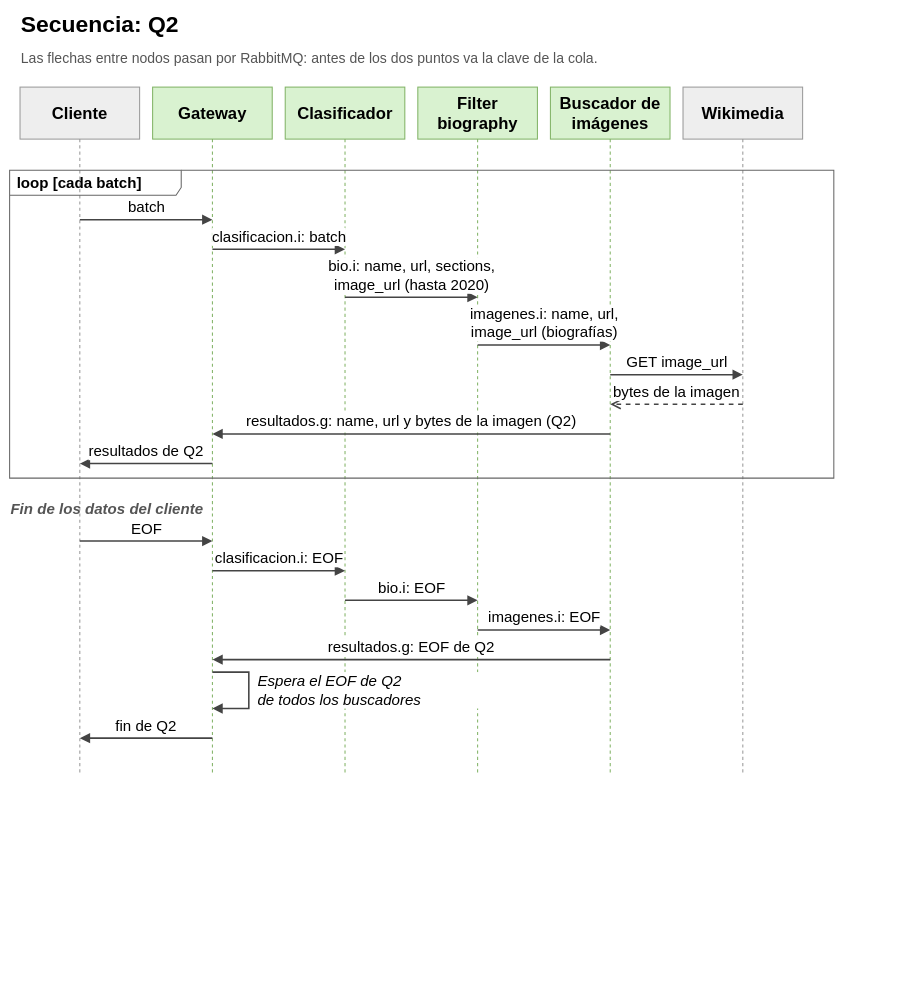
Above: page "Secuencia - Q2" (2 of 5) of docs/secuencia.drawio in Cristobal710/tp-final-distribuidos (draw.io), before the change. Source tidied: cells renumbered, new cells numbered last; positions are measured from the earlier drawing's top-left corner, leaving out a move shared by most shapes. Both pictures are drawn from the tidied source at 52%, with x=0, y=0 at pixel (9, 9).
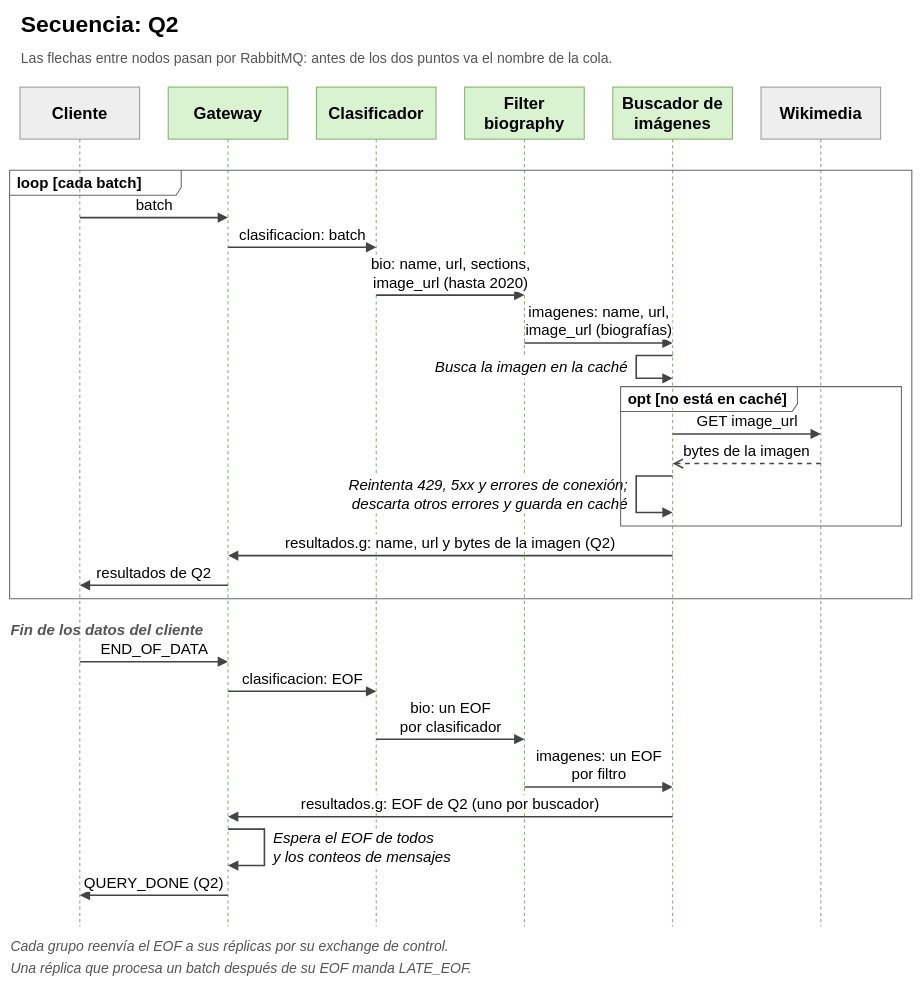
The same diagram, later.

What changed in the source:
```diff
@@
-    <mxCell id="2" value="Cliente" style="shape=umlLifeline;perimeter=lifelinePerimeter;whiteSpace=wrap;html=1;size=100;strokeWidth=2;fontFamily=Calibri;fontSize=32;fontStyle=1;fillColor=#eeeeee;strokeColor=#999999;" parent="1" vertex="1">
-      <mxGeometry x="20" y="150" width="230" height="1318" as="geometry" />
-    </mxCell>
-    <mxCell id="3" value="Gateway" style="shape=umlLifeline;perimeter=lifelinePerimeter;whiteSpace=wrap;html=1;size=100;strokeWidth=2;fontFamily=Calibri;fontSize=32;fontStyle=1;fillColor=#d9f2d0;strokeColor=#82b366;" parent="1" vertex="1">
-      <mxGeometry x="275" y="150" width="230" height="1318" as="geometry" />
-    </mxCell>
-    <mxCell id="4" value="Clasificador" style="shape=umlLifeline;perimeter=lifelinePerimeter;whiteSpace=wrap;html=1;size=100;strokeWidth=2;fontFamily=Calibri;fontSize=32;fontStyle=1;fillColor=#d9f2d0;strokeColor=#82b366;" parent="1" vertex="1">
-      <mxGeometry x="530" y="150" width="230" height="1318" as="geometry" />
-    </mxCell>
-    <mxCell id="5" value="Filter&lt;br&gt;biography" style="shape=umlLifeline;perimeter=lifelinePerimeter;whiteSpace=wrap;html=1;size=100;strokeWidth=2;fontFamily=Calibri;fontSize=32;fontStyle=1;fillColor=#d9f2d0;strokeColor=#82b366;" parent="1" vertex="1">
-      <mxGeometry x="785" y="150" width="230" height="1318" as="geometry" />
+    <mxCell id="5" value="Cliente" style="shape=umlLifeline;perimeter=lifelinePerimeter;whiteSpace=wrap;html=1;size=100;strokeWidth=2;fontFamily=Calibri;fontSize=32;fontStyle=1;fillColor=#eeeeee;strokeColor=#999999;" parent="1" vertex="1">
+      <mxGeometry x="20" y="150" width="230" height="1614" as="geometry" />
     </mxCell>
-    <mxCell id="6" value="Buscador de&lt;br&gt;imágenes" style="shape=umlLifeline;perimeter=lifelinePerimeter;whiteSpace=wrap;html=1;size=100;strokeWidth=2;fontFamily=Calibri;fontSize=32;fontStyle=1;fillColor=#d9f2d0;strokeColor=#82b366;" parent="1" vertex="1">
-      <mxGeometry x="1040" y="150" width="230" height="1318" as="geometry" />
+    <mxCell id="6" value="Gateway" style="shape=umlLifeline;perimeter=lifelinePerimeter;whiteSpace=wrap;html=1;size=100;strokeWidth=2;fontFamily=Calibri;fontSize=32;fontStyle=1;fillColor=#d9f2d0;strokeColor=#82b366;" parent="1" vertex="1">
+      <mxGeometry x="305" y="150" width="230" height="1614" as="geometry" />
     </mxCell>
-    <mxCell id="7" value="Wikimedia" style="shape=umlLifeline;perimeter=lifelinePerimeter;whiteSpace=wrap;html=1;size=100;strokeWidth=2;fontFamily=Calibri;fontSize=32;fontStyle=1;fillColor=#eeeeee;strokeColor=#999999;" parent="1" vertex="1">
-      <mxGeometry x="1295" y="150" width="230" height="1318" as="geometry" />
+    <mxCell id="7" value="Clasificador" style="shape=umlLifeline;perimeter=lifelinePerimeter;whiteSpace=wrap;html=1;size=100;strokeWidth=2;fontFamily=Calibri;fontSize=32;fontStyle=1;fillColor=#d9f2d0;strokeColor=#82b366;" parent="1" vertex="1">
+      <mxGeometry x="590" y="150" width="230" height="1614" as="geometry" />
     </mxCell>
+    <mxCell id="28" value="Filter&lt;br&gt;biography" style="shape=umlLifeline;perimeter=lifelinePerimeter;whiteSpace=wrap;html=1;size=100;strokeWidth=2;fontFamily=Calibri;fontSize=32;fontStyle=1;fillColor=#d9f2d0;strokeColor=#82b366;" parent="1" vertex="1">
+      <mxGeometry x="875" y="150" width="230" height="1614" as="geometry" />
+    </mxCell>
+    <mxCell id="29" value="Buscador de&lt;br&gt;imágenes" style="shape=umlLifeline;perimeter=lifelinePerimeter;whiteSpace=wrap;html=1;size=100;strokeWidth=2;fontFamily=Calibri;fontSize=32;fontStyle=1;fillColor=#d9f2d0;strokeColor=#82b366;" parent="1" vertex="1">
+      <mxGeometry x="1160" y="150" width="230" height="1614" as="geometry" />
+    </mxCell>
+    <mxCell id="30" value="Wikimedia" style="shape=umlLifeline;perimeter=lifelinePerimeter;whiteSpace=wrap;html=1;size=100;strokeWidth=2;fontFamily=Calibri;fontSize=32;fontStyle=1;fillColor=#eeeeee;strokeColor=#999999;" parent="1" vertex="1">
+      <mxGeometry x="1445" y="150" width="230" height="1614" as="geometry" />
+    </mxCell>
+    <mxCell id="31" value="&lt;b&gt;Secuencia: Q2&lt;/b&gt;" style="text;html=1;align=left;verticalAlign=middle;fontFamily=Calibri;fontSize=44;" parent="1" vertex="1">
+      <mxGeometry x="20" width="1695" height="60" as="geometry" />
+    </mxCell>
+    <mxCell id="32" value="Las flechas entre nodos pasan por RabbitMQ: antes de los dos puntos va el nombre de la cola." style="text;html=1;align=left;verticalAlign=middle;whiteSpace=wrap;fontFamily=Calibri;fontSize=27;fontColor=#555555;" parent="1" vertex="1">
+      <mxGeometry x="20" y="65" width="1695" height="60" as="geometry" />
+    </mxCell>
+    <mxCell id="33" value="Cada grupo reenvía el EOF a sus réplicas por su exchange de control." style="text;html=1;align=left;verticalAlign=middle;fontFamily=Calibri;fontSize=27;fontStyle=2;fontColor=#555555;" parent="1" vertex="1">
+      <mxGeometry y="1780" width="1695" height="44" as="geometry" />
+    </mxCell>
+    <mxCell id="34" value="Una réplica que procesa un batch después de su EOF manda LATE_EOF." style="text;html=1;align=left;verticalAlign=middle;fontFamily=Calibri;fontSize=27;fontStyle=2;fontColor=#555555;" parent="1" vertex="1">
+      <mxGeometry y="1824" width="1695" height="44" as="geometry" />
+    </mxCell>
-    <mxCell id="8" value="&lt;b&gt;Secuencia: Q2&lt;/b&gt;" style="text;html=1;align=left;verticalAlign=middle;fontFamily=Calibri;fontSize=44;" parent="1" vertex="1">
-      <mxGeometry x="20" width="1585" height="60" as="geometry" />
+    <mxCell id="8" value="batch" style="html=1;verticalAlign=bottom;labelBackgroundColor=#ffffff;strokeWidth=3;strokeColor=#444444;fontFamily=Calibri;fontSize=29;spacingBottom=4;endArrow=block;endFill=1;endSize=12;" parent="1" edge="1">
+      <mxGeometry relative="1" as="geometry">
+        <mxPoint x="135" y="401" as="sourcePoint" />
+        <mxPoint x="420" y="401" as="targetPoint" />
+      </mxGeometry>
     </mxCell>
-    <mxCell id="9" value="Las flechas entre nodos pasan por RabbitMQ: antes de los dos puntos va la clave de la cola." style="text;html=1;align=left;verticalAlign=middle;whiteSpace=wrap;fontFamily=Calibri;fontSize=27;fontColor=#555555;" parent="1" vertex="1">
-      <mxGeometry x="20" y="65" width="1585" height="60" as="geometry" />
+    <mxCell id="9" value="clasificacion: batch" style="html=1;verticalAlign=bottom;labelBackgroundColor=#ffffff;strokeWidth=3;strokeColor=#444444;fontFamily=Calibri;fontSize=29;spacingBottom=4;endArrow=block;endFill=1;endSize=12;" parent="1" edge="1">
+      <mxGeometry relative="1" as="geometry">
+        <mxPoint x="420" y="458" as="sourcePoint" />
+        <mxPoint x="705" y="458" as="targetPoint" />
+      </mxGeometry>
     </mxCell>
-    <mxCell id="10" value="batch" style="html=1;verticalAlign=bottom;labelBackgroundColor=#ffffff;strokeWidth=3;strokeColor=#444444;fontFamily=Calibri;fontSize=29;spacingBottom=4;endArrow=block;endFill=1;endSize=12;" parent="1" edge="1">
+    <mxCell id="10" value="bio: name, url, sections,&lt;br&gt;image_url (hasta 2020)" style="html=1;verticalAlign=bottom;labelBackgroundColor=#ffffff;strokeWidth=3;strokeColor=#444444;fontFamily=Calibri;fontSize=29;spacingBottom=4;endArrow=block;endFill=1;endSize=12;" parent="1" edge="1">
       <mxGeometry relative="1" as="geometry">
-        <mxPoint x="135" y="405" as="sourcePoint" />
-        <mxPoint x="390" y="405" as="targetPoint" />
+        <mxPoint x="705" y="550" as="sourcePoint" />
+        <mxPoint x="990" y="550" as="targetPoint" />
       </mxGeometry>
     </mxCell>
-    <mxCell id="11" value="clasificacion.i: batch" style="html=1;verticalAlign=bottom;labelBackgroundColor=#ffffff;strokeWidth=3;strokeColor=#444444;fontFamily=Calibri;fontSize=29;spacingBottom=4;endArrow=block;endFill=1;endSize=12;" parent="1" edge="1">
+    <mxCell id="11" value="imagenes: name, url,&lt;br&gt;image_url (biografías)" style="html=1;verticalAlign=bottom;labelBackgroundColor=#ffffff;strokeWidth=3;strokeColor=#444444;fontFamily=Calibri;fontSize=29;spacingBottom=4;endArrow=block;endFill=1;endSize=12;" parent="1" edge="1">
       <mxGeometry relative="1" as="geometry">
-        <mxPoint x="390" y="462" as="sourcePoint" />
-        <mxPoint x="645" y="462" as="targetPoint" />
+        <mxPoint x="990" y="642" as="sourcePoint" />
+        <mxPoint x="1275" y="642" as="targetPoint" />
       </mxGeometry>
     </mxCell>
-    <mxCell id="12" value="bio.i: name, url, sections,&lt;br&gt;image_url (hasta 2020)" style="html=1;verticalAlign=bottom;labelBackgroundColor=#ffffff;strokeWidth=3;strokeColor=#444444;fontFamily=Calibri;fontSize=29;spacingBottom=4;endArrow=block;endFill=1;endSize=12;" parent="1" edge="1">
+    <mxCell id="12" style="html=1;rounded=0;strokeWidth=3;strokeColor=#444444;endArrow=block;endFill=1;endSize=12;" parent="1" edge="1">
       <mxGeometry relative="1" as="geometry">
-        <mxPoint x="645" y="554" as="sourcePoint" />
-        <mxPoint x="900" y="554" as="targetPoint" />
+        <mxPoint x="1275" y="666" as="sourcePoint" />
+        <mxPoint x="1275" y="710" as="targetPoint" />
+        <Array as="points">
+          <mxPoint x="1205" y="666" />
+          <mxPoint x="1205" y="710" />
+        </Array>
       </mxGeometry>
     </mxCell>
-    <mxCell id="13" value="imagenes.i: name, url,&lt;br&gt;image_url (biografías)" style="html=1;verticalAlign=bottom;labelBackgroundColor=#ffffff;strokeWidth=3;strokeColor=#444444;fontFamily=Calibri;fontSize=29;spacingBottom=4;endArrow=block;endFill=1;endSize=12;" parent="1" edge="1">
-      <mxGeometry relative="1" as="geometry">
-        <mxPoint x="900" y="646" as="sourcePoint" />
-        <mxPoint x="1155" y="646" as="targetPoint" />
-      </mxGeometry>
+    <mxCell id="13" value="Busca la imagen en la caché" style="text;html=1;align=right;verticalAlign=middle;fontFamily=Calibri;fontSize=29;fontStyle=2;fillColor=#ffffff;" parent="1" vertex="1">
+      <mxGeometry x="750" y="666" width="440" height="44" as="geometry" />
     </mxCell>
     <mxCell id="14" value="GET image_url" style="html=1;verticalAlign=bottom;labelBackgroundColor=#ffffff;strokeWidth=3;strokeColor=#444444;fontFamily=Calibri;fontSize=29;spacingBottom=4;endArrow=block;endFill=1;endSize=12;" parent="1" edge="1">
       <mxGeometry relative="1" as="geometry">
-        <mxPoint x="1155" y="703" as="sourcePoint" />
-        <mxPoint x="1410" y="703" as="targetPoint" />
+        <mxPoint x="1275" y="817" as="sourcePoint" />
+        <mxPoint x="1560" y="817" as="targetPoint" />
       </mxGeometry>
     </mxCell>
     <mxCell id="15" value="bytes de la imagen" style="html=1;verticalAlign=bottom;labelBackgroundColor=#ffffff;strokeWidth=3;strokeColor=#444444;fontFamily=Calibri;fontSize=29;spacingBottom=4;dashed=1;endArrow=open;endFill=0;endSize=14;" parent="1" edge="1">
       <mxGeometry relative="1" as="geometry">
-        <mxPoint x="1410" y="760" as="sourcePoint" />
-        <mxPoint x="1155" y="760" as="targetPoint" />
+        <mxPoint x="1560" y="874" as="sourcePoint" />
+        <mxPoint x="1275" y="874" as="targetPoint" />
       </mxGeometry>
     </mxCell>
-    <mxCell id="16" value="resultados.g: name, url y bytes de la imagen (Q2)" style="html=1;verticalAlign=bottom;labelBackgroundColor=#ffffff;strokeWidth=3;strokeColor=#444444;fontFamily=Calibri;fontSize=29;spacingBottom=4;endArrow=block;endFill=1;endSize=12;" parent="1" edge="1">
+    <mxCell id="16" style="html=1;rounded=0;strokeWidth=3;strokeColor=#444444;endArrow=block;endFill=1;endSize=12;" parent="1" edge="1">
       <mxGeometry relative="1" as="geometry">
-        <mxPoint x="1155" y="817" as="sourcePoint" />
-        <mxPoint x="390" y="817" as="targetPoint" />
+        <mxPoint x="1275" y="898" as="sourcePoint" />
+        <mxPoint x="1275" y="968" as="targetPoint" />
+        <Array as="points">
+          <mxPoint x="1205" y="898" />
+          <mxPoint x="1205" y="968" />
+        </Array>
       </mxGeometry>
     </mxCell>
-    <mxCell id="17" value="resultados de Q2" style="html=1;verticalAlign=bottom;labelBackgroundColor=#ffffff;strokeWidth=3;strokeColor=#444444;fontFamily=Calibri;fontSize=29;spacingBottom=4;endArrow=block;endFill=1;endSize=12;" parent="1" edge="1">
-      <mxGeometry relative="1" as="geometry">
-        <mxPoint x="390" y="874" as="sourcePoint" />
-        <mxPoint x="135" y="874" as="targetPoint" />
-      </mxGeometry>
+    <mxCell id="17" value="Reintenta 429, 5xx y errores de conexión;&lt;br&gt;descarta otros errores y guarda en caché" style="text;html=1;align=right;verticalAlign=middle;fontFamily=Calibri;fontSize=29;fontStyle=2;fillColor=#ffffff;" parent="1" vertex="1">
+      <mxGeometry x="590" y="898" width="600" height="70" as="geometry" />
     </mxCell>
-    <mxCell id="18" value="loop [cada batch]" style="shape=umlFrame;whiteSpace=wrap;html=1;width=330;height=48;boundedLbl=1;verticalAlign=middle;align=left;spacingLeft=12;strokeWidth=2;strokeColor=#666666;fillColor=none;fontFamily=Calibri;fontSize=29;fontStyle=1;" parent="1" vertex="1">
-      <mxGeometry y="310" width="1585" height="592" as="geometry" />
+    <mxCell id="18" value="opt [no está en caché]" style="shape=umlFrame;whiteSpace=wrap;html=1;width=340;height=48;boundedLbl=1;verticalAlign=middle;align=left;spacingLeft=12;strokeWidth=2;strokeColor=#666666;fillColor=none;fontFamily=Calibri;fontSize=29;fontStyle=1;" parent="1" vertex="1">
+      <mxGeometry x="1175" y="726" width="540" height="268" as="geometry" />
     </mxCell>
-    <mxCell id="19" value="Fin de los datos del cliente" style="text;html=1;align=left;verticalAlign=middle;fontFamily=Calibri;fontSize=29;fontStyle=3;fontColor=#555555;" parent="1" vertex="1">
-      <mxGeometry y="940" width="1605" height="44" as="geometry" />
+    <mxCell id="19" value="resultados.g: name, url y bytes de la imagen (Q2)" style="html=1;verticalAlign=bottom;labelBackgroundColor=#ffffff;strokeWidth=3;strokeColor=#444444;fontFamily=Calibri;fontSize=29;spacingBottom=4;endArrow=block;endFill=1;endSize=12;" parent="1" edge="1">
+      <mxGeometry relative="1" as="geometry">
+        <mxPoint x="1275" y="1051" as="sourcePoint" />
+        <mxPoint x="420" y="1051" as="targetPoint" />
+      </mxGeometry>
     </mxCell>
-    <mxCell id="20" value="EOF" style="html=1;verticalAlign=bottom;labelBackgroundColor=#ffffff;strokeWidth=3;strokeColor=#444444;fontFamily=Calibri;fontSize=29;spacingBottom=4;endArrow=block;endFill=1;endSize=12;" parent="1" edge="1">
+    <mxCell id="20" value="resultados de Q2" style="html=1;verticalAlign=bottom;labelBackgroundColor=#ffffff;strokeWidth=3;strokeColor=#444444;fontFamily=Calibri;fontSize=29;spacingBottom=4;endArrow=block;endFill=1;endSize=12;" parent="1" edge="1">
       <mxGeometry relative="1" as="geometry">
-        <mxPoint x="135" y="1023" as="sourcePoint" />
-        <mxPoint x="390" y="1023" as="targetPoint" />
+        <mxPoint x="420" y="1108" as="sourcePoint" />
+        <mxPoint x="135" y="1108" as="targetPoint" />
       </mxGeometry>
     </mxCell>
-    <mxCell id="21" value="clasificacion.i: EOF" style="html=1;verticalAlign=bottom;labelBackgroundColor=#ffffff;strokeWidth=3;strokeColor=#444444;fontFamily=Calibri;fontSize=29;spacingBottom=4;endArrow=block;endFill=1;endSize=12;" parent="1" edge="1">
-      <mxGeometry relative="1" as="geometry">
-        <mxPoint x="390" y="1080" as="sourcePoint" />
-        <mxPoint x="645" y="1080" as="targetPoint" />
-      </mxGeometry>
+    <mxCell id="21" value="loop [cada batch]" style="shape=umlFrame;whiteSpace=wrap;html=1;width=330;height=48;boundedLbl=1;verticalAlign=middle;align=left;spacingLeft=12;strokeWidth=2;strokeColor=#666666;fillColor=none;fontFamily=Calibri;fontSize=29;fontStyle=1;" parent="1" vertex="1">
+      <mxGeometry y="310" width="1735" height="824" as="geometry" />
     </mxCell>
-    <mxCell id="22" value="bio.i: EOF" style="html=1;verticalAlign=bottom;labelBackgroundColor=#ffffff;strokeWidth=3;strokeColor=#444444;fontFamily=Calibri;fontSize=29;spacingBottom=4;endArrow=block;endFill=1;endSize=12;" parent="1" edge="1">
-      <mxGeometry relative="1" as="geometry">
-        <mxPoint x="645" y="1137" as="sourcePoint" />
-        <mxPoint x="900" y="1137" as="targetPoint" />
-      </mxGeometry>
+    <mxCell id="22" value="Fin de los datos del cliente" style="text;html=1;align=left;verticalAlign=middle;fontFamily=Calibri;fontSize=29;fontStyle=3;fontColor=#555555;" parent="1" vertex="1">
+      <mxGeometry y="1172" width="1695" height="44" as="geometry" />
     </mxCell>
-    <mxCell id="23" value="imagenes.i: EOF" style="html=1;verticalAlign=bottom;labelBackgroundColor=#ffffff;strokeWidth=3;strokeColor=#444444;fontFamily=Calibri;fontSize=29;spacingBottom=4;endArrow=block;endFill=1;endSize=12;" parent="1" edge="1">
+    <mxCell id="23" value="END_OF_DATA" style="html=1;verticalAlign=bottom;labelBackgroundColor=#ffffff;strokeWidth=3;strokeColor=#444444;fontFamily=Calibri;fontSize=29;spacingBottom=4;endArrow=block;endFill=1;endSize=12;" parent="1" edge="1">
       <mxGeometry relative="1" as="geometry">
-        <mxPoint x="900" y="1194" as="sourcePoint" />
-        <mxPoint x="1155" y="1194" as="targetPoint" />
+        <mxPoint x="135" y="1255" as="sourcePoint" />
+        <mxPoint x="420" y="1255" as="targetPoint" />
       </mxGeometry>
     </mxCell>
-    <mxCell id="24" value="resultados.g: EOF de Q2" style="html=1;verticalAlign=bottom;labelBackgroundColor=#ffffff;strokeWidth=3;strokeColor=#444444;fontFamily=Calibri;fontSize=29;spacingBottom=4;endArrow=block;endFill=1;endSize=12;" parent="1" edge="1">
+    <mxCell id="24" value="clasificacion: EOF" style="html=1;verticalAlign=bottom;labelBackgroundColor=#ffffff;strokeWidth=3;strokeColor=#444444;fontFamily=Calibri;fontSize=29;spacingBottom=4;endArrow=block;endFill=1;endSize=12;" parent="1" edge="1">
       <mxGeometry relative="1" as="geometry">
-        <mxPoint x="1155" y="1251" as="sourcePoint" />
-        <mxPoint x="390" y="1251" as="targetPoint" />
+        <mxPoint x="420" y="1312" as="sourcePoint" />
+        <mxPoint x="705" y="1312" as="targetPoint" />
       </mxGeometry>
     </mxCell>
-    <mxCell id="25" style="html=1;rounded=0;strokeWidth=3;strokeColor=#444444;endArrow=block;endFill=1;endSize=12;" parent="1" edge="1">
+    <mxCell id="25" value="bio: un EOF&lt;br&gt;por clasificador" style="html=1;verticalAlign=bottom;labelBackgroundColor=#ffffff;strokeWidth=3;strokeColor=#444444;fontFamily=Calibri;fontSize=29;spacingBottom=4;endArrow=block;endFill=1;endSize=12;" parent="1" edge="1">
       <mxGeometry relative="1" as="geometry">
-        <mxPoint x="390" y="1275" as="sourcePoint" />
-        <mxPoint x="390" y="1345" as="targetPoint" />
-        <Array as="points">
-          <mxPoint x="460" y="1275" />
-          <mxPoint x="460" y="1345" />
-        </Array>
+        <mxPoint x="705" y="1404" as="sourcePoint" />
+        <mxPoint x="990" y="1404" as="targetPoint" />
       </mxGeometry>
     </mxCell>
-    <mxCell id="26" value="Espera el EOF de Q2&lt;br&gt;de todos los buscadores" style="text;html=1;align=left;verticalAlign=middle;fontFamily=Calibri;fontSize=29;fontStyle=2;fillColor=#ffffff;" parent="1" vertex="1">
-      <mxGeometry x="475" y="1275" width="440" height="70" as="geometry" />
+    <mxCell id="26" value="imagenes: un EOF&lt;br&gt;por filtro" style="html=1;verticalAlign=bottom;labelBackgroundColor=#ffffff;strokeWidth=3;strokeColor=#444444;fontFamily=Calibri;fontSize=29;spacingBottom=4;endArrow=block;endFill=1;endSize=12;" parent="1" edge="1">
+      <mxGeometry relative="1" as="geometry">
+        <mxPoint x="990" y="1496" as="sourcePoint" />
+        <mxPoint x="1275" y="1496" as="targetPoint" />
+      </mxGeometry>
     </mxCell>
-    <mxCell id="27" value="fin de Q2" style="html=1;verticalAlign=bottom;labelBackgroundColor=#ffffff;strokeWidth=3;strokeColor=#444444;fontFamily=Calibri;fontSize=29;spacingBottom=4;endArrow=block;endFill=1;endSize=12;" parent="1" edge="1">
+    <mxCell id="27" value="resultados.g: EOF de Q2 (uno por buscador)" style="html=1;verticalAlign=bottom;labelBackgroundColor=#ffffff;strokeWidth=3;strokeColor=#444444;fontFamily=Calibri;fontSize=29;spacingBottom=4;endArrow=block;endFill=1;endSize=12;" parent="1" edge="1">
       <mxGeometry relative="1" as="geometry">
-        <mxPoint x="390" y="1402" as="sourcePoint" />
-        <mxPoint x="135" y="1402" as="targetPoint" />
+        <mxPoint x="1275" y="1553" as="sourcePoint" />
+        <mxPoint x="420" y="1553" as="targetPoint" />
       </mxGeometry>
     </mxCell>
+    <mxCell id="2" style="html=1;rounded=0;strokeWidth=3;strokeColor=#444444;endArrow=block;endFill=1;endSize=12;" parent="1" edge="1">
+      <mxGeometry relative="1" as="geometry">
+        <mxPoint x="420" y="1577" as="sourcePoint" />
+        <mxPoint x="420" y="1647" as="targetPoint" />
+        <Array as="points">
+          <mxPoint x="490" y="1577" />
+          <mxPoint x="490" y="1647" />
+        </Array>
+      </mxGeometry>
+    </mxCell>
+    <mxCell id="3" value="Espera el EOF de todos&lt;br&gt;y los conteos de mensajes" style="text;html=1;align=left;verticalAlign=middle;fontFamily=Calibri;fontSize=29;fontStyle=2;fillColor=#ffffff;" parent="1" vertex="1">
+      <mxGeometry x="505" y="1577" width="440" height="70" as="geometry" />
+    </mxCell>
+    <mxCell id="4" value="QUERY_DONE (Q2)" style="html=1;verticalAlign=bottom;labelBackgroundColor=#ffffff;strokeWidth=3;strokeColor=#444444;fontFamily=Calibri;fontSize=29;spacingBottom=4;endArrow=block;endFill=1;endSize=12;" parent="1" edge="1">
+      <mxGeometry relative="1" as="geometry">
+        <mxPoint x="420" y="1704" as="sourcePoint" />
+        <mxPoint x="135" y="1704" as="targetPoint" />
+      </mxGeometry>
+    </mxCell>
```
